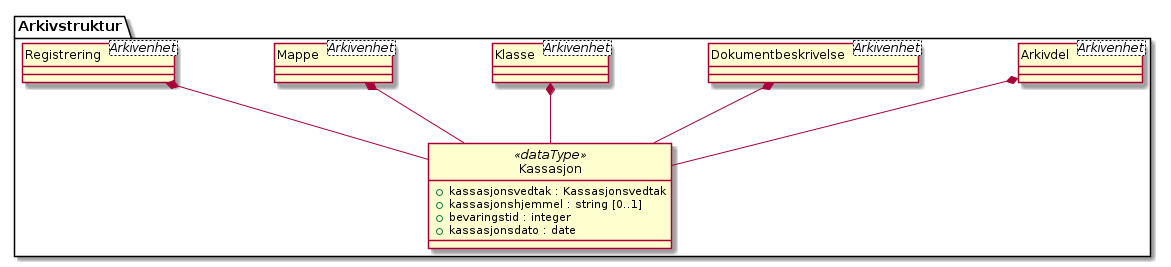
arkivverket/noark5-tjenestegrensesnitt-standard keeps this PlantUML diagram as kapitler/media/uml-datatype-kassasjon.png. Above is the earlier version.
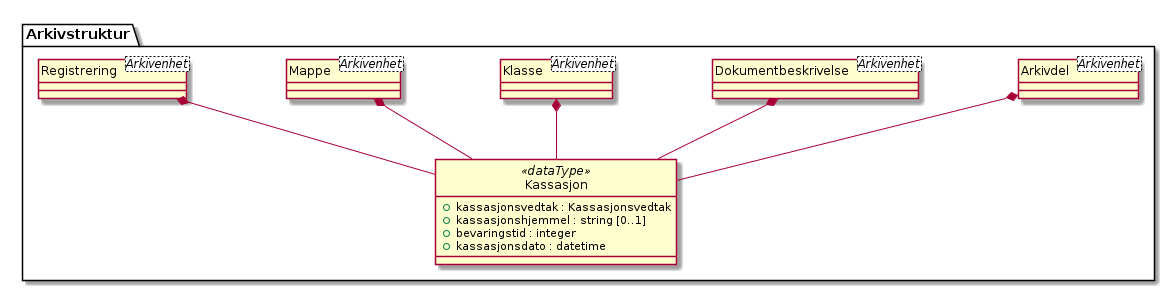
Later version of the same file.

The edit, as a diff of the source:
```diff
@@ -5,7 +5,7 @@
   +kassasjonsvedtak : Kassasjonsvedtak
   +kassasjonshjemmel : string [0..1]
   +bevaringstid : integer
-  +kassasjonsdato : date
+  +kassasjonsdato : datetime
 }
 class Arkivstruktur.Arkivdel <Arkivenhet> {
 }
```
